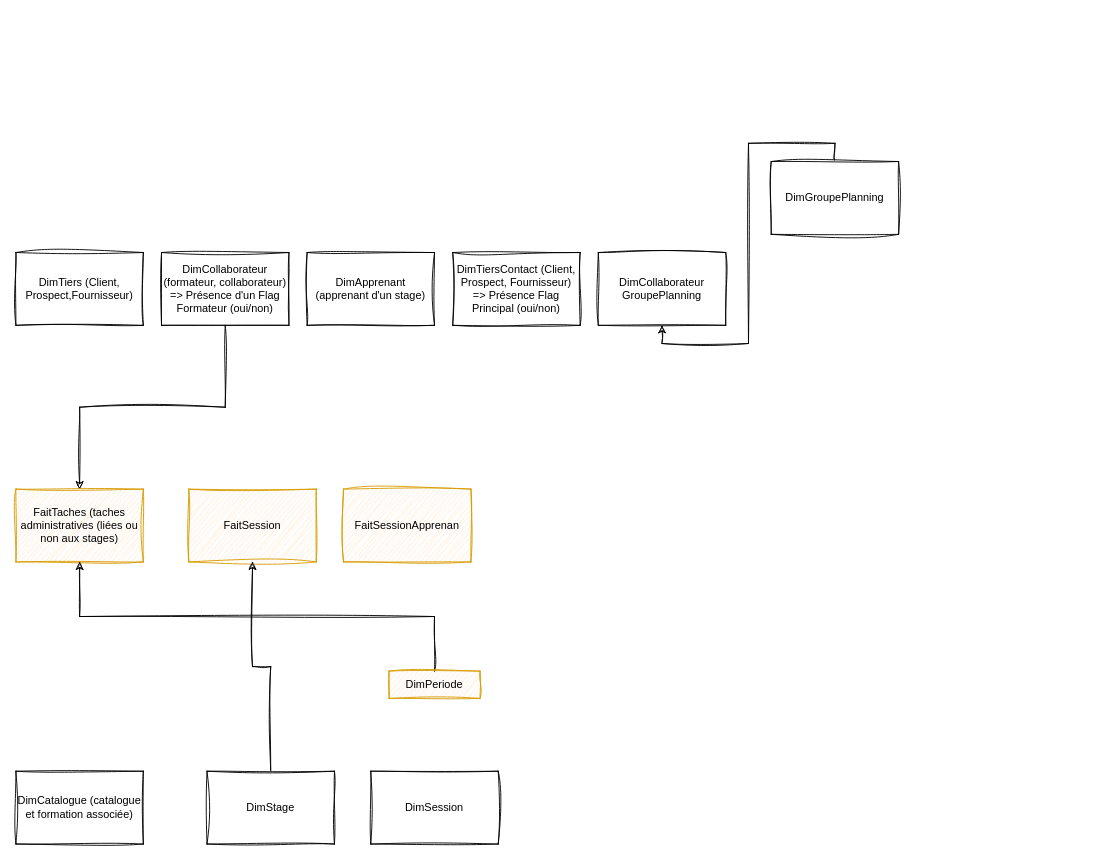
The draw.io diagram Data model PBI_F&P.drawio in KCG-Lob/PBI-Reports, before the edit. Source tidied: cells renumbered, new cells numbered last; positions are measured from the earlier drawing's top-left corner, leaving out a move shared by most shapes. Both pictures are drawn from the tidied source at 91%, with x=0, y=0 at pixel (15, 161).
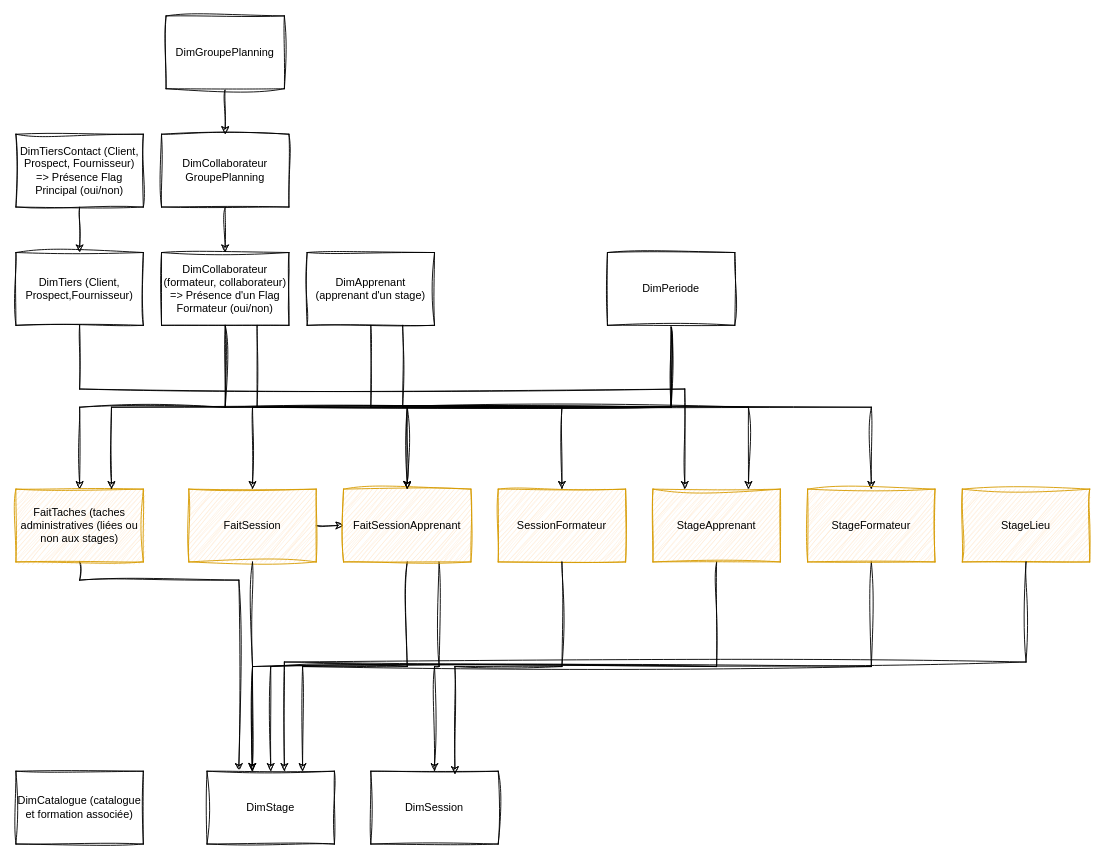
The same diagram, later.

Commit message:
Mettre à jour Data model PBI_F&P.drawio

Unchanged cells that the change refers to:
```xml
<mxCell id="2" value="DimTiers (Client, Prospect,Fournisseur)" style="rounded=0;whiteSpace=wrap;html=1;sketch=1;curveFitting=1;jiggle=2;" parent="1" vertex="1">
  <mxGeometry y="100" width="140" height="80" as="geometry" />
</mxCell>
<mxCell id="4" value="DimCollaborateur (formateur, collaborateur) =&amp;gt; Présence d'un Flag Formateur (oui/non)" style="rounded=0;whiteSpace=wrap;html=1;sketch=1;curveFitting=1;jiggle=2;" parent="1" vertex="1">
  <mxGeometry x="160" y="100" width="140" height="80" as="geometry" />
</mxCell>
<mxCell id="5" value="DimApprenant (apprenant d'un stage)" style="rounded=0;whiteSpace=wrap;html=1;sketch=1;curveFitting=1;jiggle=2;" parent="1" vertex="1">
  <mxGeometry x="320" y="100" width="140" height="80" as="geometry" />
</mxCell>
<mxCell id="11" value="FaitTaches (taches administratives (liées ou non aux stages)" style="rounded=0;whiteSpace=wrap;html=1;fillColor=#ffe6cc;strokeColor=#d79b00;sketch=1;curveFitting=1;jiggle=2;" parent="1" vertex="1">
  <mxGeometry y="360" width="140" height="80" as="geometry" />
</mxCell>
<mxCell id="12" value="FaitSession" style="rounded=0;whiteSpace=wrap;html=1;fillColor=#ffe6cc;strokeColor=#d79b00;sketch=1;curveFitting=1;jiggle=2;" parent="1" vertex="1">
  <mxGeometry x="190" y="360" width="140" height="80" as="geometry" />
</mxCell>
<mxCell id="16" value="DimStage" style="rounded=0;whiteSpace=wrap;html=1;sketch=1;curveFitting=1;jiggle=2;" parent="1" vertex="1">
  <mxGeometry x="210" y="670" width="140" height="80" as="geometry" />
</mxCell>
<mxCell id="17" value="DimSession" style="rounded=0;whiteSpace=wrap;html=1;sketch=1;curveFitting=1;jiggle=2;" parent="1" vertex="1">
  <mxGeometry x="390" y="670" width="140" height="80" as="geometry" />
</mxCell>
```

The edit, as a diff of the source:
```diff
@@
+    <mxCell id="19" style="edgeStyle=orthogonalEdgeStyle;rounded=0;sketch=1;hachureGap=4;jiggle=2;curveFitting=1;jettySize=auto;html=1;exitX=0.5;exitY=1;exitDx=0;exitDy=0;entryX=0.5;entryY=0;entryDx=0;entryDy=0;fontFamily=Architects Daughter;" parent="1" edge="1" source="6" target="2">
+      <mxGeometry relative="1" as="geometry" />
+    </mxCell>
@@
+    <mxCell id="20" style="edgeStyle=orthogonalEdgeStyle;rounded=0;sketch=1;hachureGap=4;jiggle=2;curveFitting=1;jettySize=auto;html=1;exitX=0.5;exitY=1;exitDx=0;exitDy=0;fontFamily=Architects Daughter;" parent="1" edge="1" source="4" target="28">
+      <mxGeometry relative="1" as="geometry" />
+    </mxCell>
@@
+    <mxCell id="21" style="edgeStyle=orthogonalEdgeStyle;rounded=0;sketch=1;hachureGap=4;jiggle=2;curveFitting=1;jettySize=auto;html=1;exitX=0.5;exitY=1;exitDx=0;exitDy=0;entryX=0.75;entryY=0;entryDx=0;entryDy=0;fontFamily=Architects Daughter;" parent="1" edge="1" source="5" target="31">
+      <mxGeometry relative="1" as="geometry" />
+    </mxCell>
+    <mxCell id="22" style="edgeStyle=orthogonalEdgeStyle;rounded=0;sketch=1;hachureGap=4;jiggle=2;curveFitting=1;jettySize=auto;html=1;exitX=0.75;exitY=1;exitDx=0;exitDy=0;entryX=0.5;entryY=0;entryDx=0;entryDy=0;fontFamily=Architects Daughter;" parent="1" edge="1" source="5" target="18">
+      <mxGeometry relative="1" as="geometry" />
+    </mxCell>
@@
     <mxCell id="6" value="DimTiersContact (Client, Prospect, Fournisseur)&lt;div&gt;=&amp;gt; Présence Flag Principal (oui/non)&lt;/div&gt;" style="rounded=0;whiteSpace=wrap;html=1;sketch=1;curveFitting=1;jiggle=2;" parent="1" vertex="1">
-      <mxGeometry x="480" y="100" width="140" height="80" as="geometry" />
+      <mxGeometry y="-30" width="140" height="80" as="geometry" />
     </mxCell>
+    <mxCell id="23" style="edgeStyle=orthogonalEdgeStyle;rounded=0;sketch=1;hachureGap=4;jiggle=2;curveFitting=1;jettySize=auto;html=1;exitX=0.5;exitY=1;exitDx=0;exitDy=0;entryX=0.5;entryY=0;entryDx=0;entryDy=0;fontFamily=Architects Daughter;" parent="1" edge="1" source="7" target="4">
+      <mxGeometry relative="1" as="geometry" />
+    </mxCell>
     <mxCell id="7" value="DimCollaborateur&lt;div&gt;GroupePlanning&lt;/div&gt;" style="rounded=0;whiteSpace=wrap;html=1;sketch=1;curveFitting=1;jiggle=2;" parent="1" vertex="1">
-      <mxGeometry x="640" y="100" width="140" height="80" as="geometry" />
+      <mxGeometry x="160" y="-30" width="140" height="80" as="geometry" />
     </mxCell>
-    <mxCell id="8" style="edgeStyle=orthogonalEdgeStyle;rounded=0;jettySize=auto;html=1;exitX=0.5;exitY=0;exitDx=0;exitDy=0;entryX=0.5;entryY=1;entryDx=0;entryDy=0;sketch=1;curveFitting=1;jiggle=2;" parent="1" edge="1" source="9" target="7">
+    <mxCell id="8" style="edgeStyle=orthogonalEdgeStyle;rounded=0;sketch=1;hachureGap=4;jiggle=2;curveFitting=1;jettySize=auto;html=1;entryX=0.5;entryY=0;entryDx=0;entryDy=0;fontFamily=Architects Daughter;" parent="1" edge="1" source="9" target="7">
       <mxGeometry relative="1" as="geometry" />
     </mxCell>
     <mxCell id="9" value="Dim&lt;span style=&quot;background-color: transparent; color: light-dark(rgb(0, 0, 0), rgb(255, 255, 255));&quot;&gt;GroupePlanning&lt;/span&gt;" style="rounded=0;whiteSpace=wrap;html=1;sketch=1;curveFitting=1;jiggle=2;" parent="1" vertex="1">
-      <mxGeometry x="830" width="140" height="80" as="geometry" />
+      <mxGeometry x="165" y="-160" width="130" height="80" as="geometry" />
     </mxCell>
@@
+    <mxCell id="24" style="edgeStyle=orthogonalEdgeStyle;rounded=0;sketch=1;hachureGap=4;jiggle=2;curveFitting=1;jettySize=auto;html=1;entryX=0.25;entryY=0;entryDx=0;entryDy=0;fontFamily=Architects Daughter;" parent="1" edge="1" source="11" target="16">
+      <mxGeometry relative="1" as="geometry">
+        <Array as="points">
+          <mxPoint x="70" y="460" />
+          <mxPoint x="245" y="460" />
+        </Array>
+      </mxGeometry>
+    </mxCell>
@@
+    <mxCell id="25" style="edgeStyle=orthogonalEdgeStyle;rounded=0;sketch=1;hachureGap=4;jiggle=2;curveFitting=1;jettySize=auto;html=1;exitX=1;exitY=0.5;exitDx=0;exitDy=0;entryX=0;entryY=0.5;entryDx=0;entryDy=0;fontFamily=Architects Daughter;" parent="1" edge="1" source="12" target="18">
+      <mxGeometry relative="1" as="geometry" />
+    </mxCell>
@@
-    <mxCell id="13" style="edgeStyle=orthogonalEdgeStyle;rounded=0;sketch=1;hachureGap=4;jiggle=2;curveFitting=1;jettySize=auto;html=1;exitX=0.5;exitY=0;exitDx=0;exitDy=0;entryX=0.5;entryY=1;entryDx=0;entryDy=0;fontFamily=Architects Daughter;" parent="1" edge="1" source="14" target="11">
-      <mxGeometry relative="1" as="geometry" />
-    </mxCell>
-    <mxCell id="14" value="DimPeriode" style="rounded=0;whiteSpace=wrap;html=1;fillColor=#ffe6cc;strokeColor=#d79b00;sketch=1;curveFitting=1;jiggle=2;" parent="1" vertex="1" collapsed="1">
-      <mxGeometry x="410" y="560" width="100" height="30" as="geometry" />
-    </mxCell>
-    <mxCell id="15" style="edgeStyle=orthogonalEdgeStyle;rounded=0;sketch=1;hachureGap=4;jiggle=2;curveFitting=1;jettySize=auto;html=1;exitX=0.5;exitY=0;exitDx=0;exitDy=0;entryX=0.5;entryY=1;entryDx=0;entryDy=0;fontFamily=Architects Daughter;" parent="1" edge="1" source="16" target="12">
-      <mxGeometry relative="1" as="geometry" />
-    </mxCell>
@@
+    <mxCell id="26" style="edgeStyle=orthogonalEdgeStyle;rounded=0;sketch=1;hachureGap=4;jiggle=2;curveFitting=1;jettySize=auto;html=1;exitX=0.5;exitY=1;exitDx=0;exitDy=0;entryX=0.5;entryY=0;entryDx=0;entryDy=0;fontFamily=Architects Daughter;" parent="1" edge="1" source="18" target="16">
+      <mxGeometry relative="1" as="geometry" />
+    </mxCell>
+    <mxCell id="27" style="edgeStyle=orthogonalEdgeStyle;rounded=0;sketch=1;hachureGap=4;jiggle=2;curveFitting=1;jettySize=auto;html=1;exitX=0.75;exitY=1;exitDx=0;exitDy=0;entryX=0.5;entryY=0;entryDx=0;entryDy=0;fontFamily=Architects Daughter;" parent="1" edge="1" source="18" target="17">
+      <mxGeometry relative="1" as="geometry" />
+    </mxCell>
-    <mxCell id="18" value="FaitSessionApprenan" style="rounded=0;whiteSpace=wrap;html=1;fillColor=#ffe6cc;strokeColor=#d79b00;sketch=1;curveFitting=1;jiggle=2;" parent="1" vertex="1">
+    <mxCell id="18" value="FaitSessionApprenant" style="rounded=0;whiteSpace=wrap;html=1;fillColor=#ffe6cc;strokeColor=#d79b00;sketch=1;curveFitting=1;jiggle=2;" parent="1" vertex="1">
       <mxGeometry x="360" y="360" width="140" height="80" as="geometry" />
     </mxCell>
+    <mxCell id="28" value="SessionFormateur" style="rounded=0;whiteSpace=wrap;html=1;fillColor=#ffe6cc;strokeColor=#d79b00;sketch=1;curveFitting=1;jiggle=2;" parent="1" vertex="1">
+      <mxGeometry x="530" y="360" width="140" height="80" as="geometry" />
+    </mxCell>
+    <mxCell id="29" style="edgeStyle=orthogonalEdgeStyle;rounded=0;sketch=1;hachureGap=4;jiggle=2;curveFitting=1;jettySize=auto;html=1;exitX=0.5;exitY=1;exitDx=0;exitDy=0;entryX=0.25;entryY=0;entryDx=0;entryDy=0;fontFamily=Architects Daughter;" parent="1" edge="1" source="2" target="31">
+      <mxGeometry relative="1" as="geometry">
+        <Array as="points">
+          <mxPoint x="70" y="250" />
+          <mxPoint x="735" y="250" />
+        </Array>
+      </mxGeometry>
+    </mxCell>
+    <mxCell id="30" style="edgeStyle=orthogonalEdgeStyle;rounded=0;sketch=1;hachureGap=4;jiggle=2;curveFitting=1;jettySize=auto;html=1;exitX=0.5;exitY=1;exitDx=0;exitDy=0;fontFamily=Architects Daughter;" parent="1" edge="1" source="31" target="16">
+      <mxGeometry relative="1" as="geometry">
+        <Array as="points">
+          <mxPoint x="770" y="555" />
+          <mxPoint x="260" y="555" />
+        </Array>
+      </mxGeometry>
+    </mxCell>
+    <mxCell id="31" value="&lt;div&gt;&lt;span style=&quot;background-color: transparent; color: light-dark(rgb(0, 0, 0), rgb(255, 255, 255));&quot;&gt;StageApprenant&lt;/span&gt;&lt;/div&gt;" style="rounded=0;whiteSpace=wrap;html=1;fillColor=#ffe6cc;strokeColor=#d79b00;sketch=1;curveFitting=1;jiggle=2;" parent="1" vertex="1">
+      <mxGeometry x="700" y="360" width="140" height="80" as="geometry" />
+    </mxCell>
+    <mxCell id="32" style="edgeStyle=orthogonalEdgeStyle;rounded=0;sketch=1;hachureGap=4;jiggle=2;curveFitting=1;jettySize=auto;html=1;exitX=0.75;exitY=1;exitDx=0;exitDy=0;entryX=0.5;entryY=0;entryDx=0;entryDy=0;fontFamily=Architects Daughter;" parent="1" edge="1" source="4" target="34">
+      <mxGeometry relative="1" as="geometry" />
+    </mxCell>
+    <mxCell id="33" style="edgeStyle=orthogonalEdgeStyle;rounded=0;sketch=1;hachureGap=4;jiggle=2;curveFitting=1;jettySize=auto;html=1;exitX=0.5;exitY=1;exitDx=0;exitDy=0;entryX=0.75;entryY=0;entryDx=0;entryDy=0;fontFamily=Architects Daughter;" parent="1" edge="1" source="34" target="16">
+      <mxGeometry relative="1" as="geometry" />
+    </mxCell>
+    <mxCell id="34" value="StageFormateur" style="rounded=0;whiteSpace=wrap;html=1;fillColor=#ffe6cc;strokeColor=#d79b00;sketch=1;curveFitting=1;jiggle=2;" parent="1" vertex="1">
+      <mxGeometry x="870" y="360" width="140" height="80" as="geometry" />
+    </mxCell>
+    <mxCell id="35" style="edgeStyle=orthogonalEdgeStyle;rounded=0;sketch=1;hachureGap=4;jiggle=2;curveFitting=1;jettySize=auto;html=1;exitX=0.5;exitY=1;exitDx=0;exitDy=0;entryX=0.354;entryY=-0.002;entryDx=0;entryDy=0;entryPerimeter=0;fontFamily=Architects Daughter;" parent="1" edge="1" source="12" target="16">
+      <mxGeometry relative="1" as="geometry" />
+    </mxCell>
+    <mxCell id="36" value="StageLieu" style="rounded=0;whiteSpace=wrap;html=1;fillColor=#ffe6cc;strokeColor=#d79b00;sketch=1;curveFitting=1;jiggle=2;" parent="1" vertex="1">
+      <mxGeometry x="1040" y="360" width="140" height="80" as="geometry" />
+    </mxCell>
+    <mxCell id="37" style="edgeStyle=orthogonalEdgeStyle;rounded=0;sketch=1;hachureGap=4;jiggle=2;curveFitting=1;jettySize=auto;html=1;fontFamily=Architects Daughter;exitX=0.5;exitY=1;exitDx=0;exitDy=0;" parent="1" edge="1" source="36">
+      <mxGeometry relative="1" as="geometry">
+        <mxPoint x="295" y="670" as="targetPoint" />
+        <Array as="points">
+          <mxPoint x="1110" y="550" />
+          <mxPoint x="295" y="550" />
+        </Array>
+      </mxGeometry>
+    </mxCell>
+    <mxCell id="13" style="edgeStyle=orthogonalEdgeStyle;rounded=0;sketch=1;hachureGap=4;jiggle=2;curveFitting=1;jettySize=auto;html=1;exitX=0.5;exitY=1;exitDx=0;exitDy=0;entryX=0.75;entryY=0;entryDx=0;entryDy=0;fontFamily=Architects Daughter;" parent="1" edge="1" source="14" target="11">
+      <mxGeometry relative="1" as="geometry" />
+    </mxCell>
+    <mxCell id="38" style="edgeStyle=orthogonalEdgeStyle;rounded=0;sketch=1;hachureGap=4;jiggle=2;curveFitting=1;jettySize=auto;html=1;exitX=0.5;exitY=1;exitDx=0;exitDy=0;entryX=0.5;entryY=0;entryDx=0;entryDy=0;fontFamily=Architects Daughter;" parent="1" edge="1" source="14" target="12">
+      <mxGeometry relative="1" as="geometry" />
+    </mxCell>
+    <mxCell id="39" style="edgeStyle=orthogonalEdgeStyle;rounded=0;sketch=1;hachureGap=4;jiggle=2;curveFitting=1;jettySize=auto;html=1;exitX=0.5;exitY=1;exitDx=0;exitDy=0;entryX=0.5;entryY=0;entryDx=0;entryDy=0;fontFamily=Architects Daughter;" parent="1" edge="1" source="14" target="18">
+      <mxGeometry relative="1" as="geometry" />
+    </mxCell>
+    <mxCell id="14" value="DimPeriode" style="rounded=0;whiteSpace=wrap;html=1;sketch=1;curveFitting=1;jiggle=2;" parent="1" vertex="1">
+      <mxGeometry x="650" y="100" width="140" height="80" as="geometry" />
+    </mxCell>
+    <mxCell id="40" style="edgeStyle=orthogonalEdgeStyle;rounded=0;sketch=1;hachureGap=4;jiggle=2;curveFitting=1;jettySize=auto;html=1;exitX=0.5;exitY=1;exitDx=0;exitDy=0;entryX=0.66;entryY=0.041;entryDx=0;entryDy=0;entryPerimeter=0;fontFamily=Architects Daughter;" parent="1" edge="1" source="28" target="17">
+      <mxGeometry relative="1" as="geometry" />
+    </mxCell>
```
